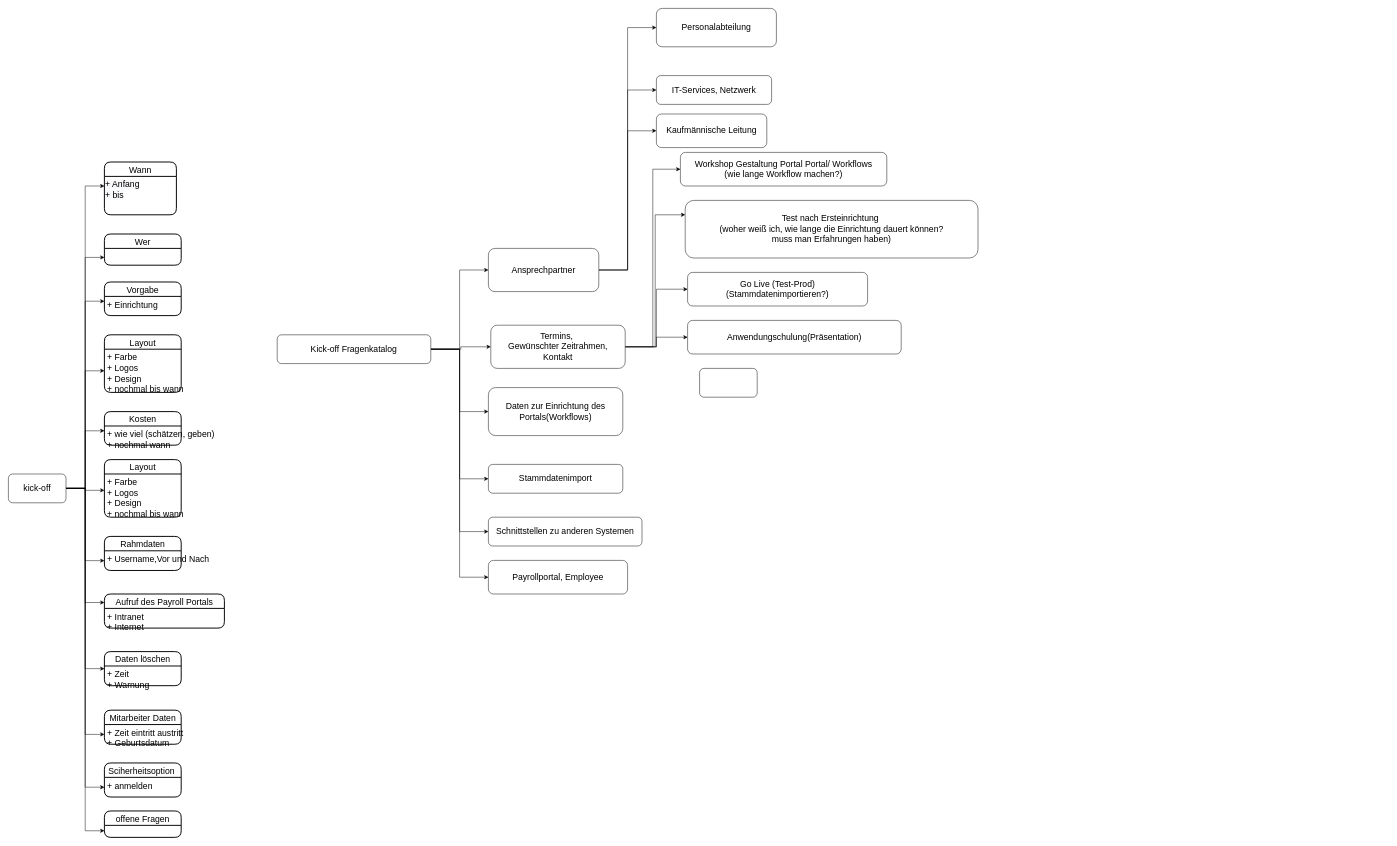
The draw.io diagram kick-off Diagram.drawio in masteryijian/Hallo-World-, before the edit. Source tidied: cells renumbered, new cells numbered last; positions are measured from the earlier drawing's top-left corner, leaving out a move shared by most shapes. Both pictures are drawn from the tidied source at 48%, with x=0, y=0 at pixel (8, 8).
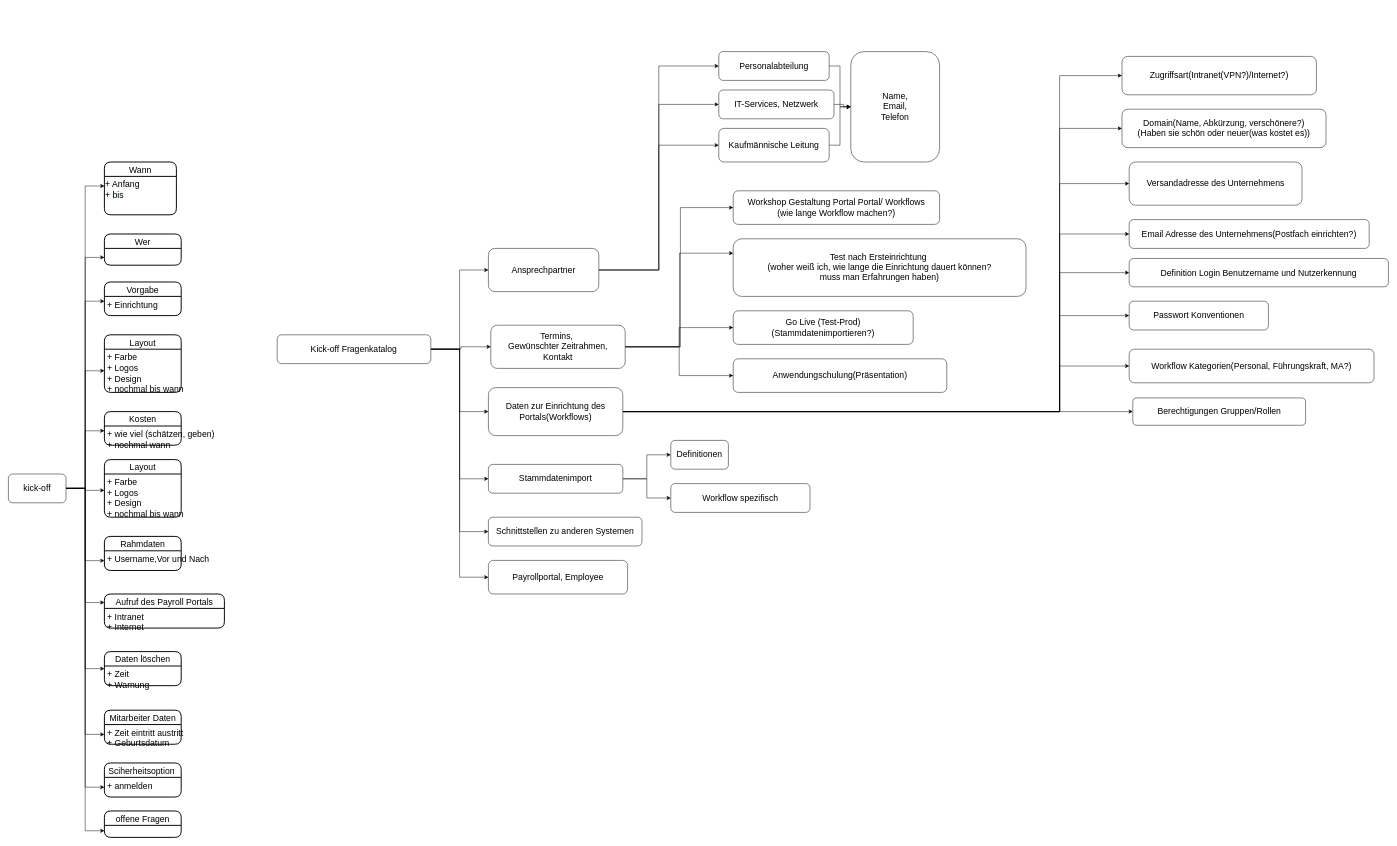
The same page after the edit.

The change refers to these unchanged cells:
```xml
<mxCell id="48" value="Termins,&amp;nbsp;&lt;br style=&quot;font-size: 18px;&quot;&gt;Gewünschter Zeitrahmen,&lt;br style=&quot;font-size: 18px;&quot;&gt;Kontakt" style="rounded=1;whiteSpace=wrap;html=1;fontSize=18;" parent="1" vertex="1">
  <mxGeometry x="1005" y="660" width="280" height="90" as="geometry" />
</mxCell>
<mxCell id="49" value="Daten zur Einrichtung des Portals(Workflows)" style="rounded=1;whiteSpace=wrap;html=1;fontSize=18;" parent="1" vertex="1">
  <mxGeometry x="1000" y="790" width="280" height="100" as="geometry" />
</mxCell>
<mxCell id="50" value="Stammdatenimport" style="rounded=1;whiteSpace=wrap;html=1;fontSize=18;" parent="1" vertex="1">
  <mxGeometry x="1000" y="950" width="280" height="60" as="geometry" />
</mxCell>
```

What changed in the source:
```diff
@@
     <mxCell id="44" style="edgeStyle=orthogonalEdgeStyle;rounded=0;jettySize=auto;html=1;entryX=0;entryY=0.5;entryDx=0;entryDy=0;fontSize=18;" parent="1" edge="1" source="48" target="60">
-      <mxGeometry relative="1" as="geometry" />
+      <mxGeometry relative="1" as="geometry">
+        <Array as="points">
+          <mxPoint x="1400" y="705" />
+          <mxPoint x="1400" y="415" />
+        </Array>
+      </mxGeometry>
     </mxCell>
     <mxCell id="45" style="edgeStyle=orthogonalEdgeStyle;rounded=0;jettySize=auto;html=1;fontSize=18;entryX=0;entryY=0.25;entryDx=0;entryDy=0;" parent="1" edge="1" source="48" target="61">
-      <mxGeometry relative="1" as="geometry" />
+      <mxGeometry relative="1" as="geometry">
+        <Array as="points">
+          <mxPoint x="1398" y="705" />
+          <mxPoint x="1398" y="510" />
+        </Array>
+      </mxGeometry>
     </mxCell>
@@
+    <mxCell id="65" style="edgeStyle=orthogonalEdgeStyle;rounded=0;jettySize=auto;html=1;entryX=0;entryY=0.5;entryDx=0;entryDy=0;fontSize=18;" parent="1" edge="1" source="49" target="64">
+      <mxGeometry relative="1" as="geometry">
+        <Array as="points">
+          <mxPoint x="2190" y="840" />
+          <mxPoint x="2190" y="140" />
+        </Array>
+      </mxGeometry>
+    </mxCell>
+    <mxCell id="66" style="edgeStyle=orthogonalEdgeStyle;rounded=0;jettySize=auto;html=1;entryX=0;entryY=0.5;entryDx=0;entryDy=0;fontSize=18;" parent="1" edge="1" source="49" target="78">
+      <mxGeometry relative="1" as="geometry">
+        <Array as="points">
+          <mxPoint x="2190" y="840" />
+          <mxPoint x="2190" y="250" />
+        </Array>
+      </mxGeometry>
+    </mxCell>
+    <mxCell id="67" style="edgeStyle=orthogonalEdgeStyle;rounded=0;jettySize=auto;html=1;entryX=0;entryY=0.5;entryDx=0;entryDy=0;fontSize=18;" parent="1" edge="1" source="49" target="79">
+      <mxGeometry relative="1" as="geometry">
+        <Array as="points">
+          <mxPoint x="2190" y="840" />
+          <mxPoint x="2190" y="365" />
+        </Array>
+      </mxGeometry>
+    </mxCell>
+    <mxCell id="68" style="edgeStyle=orthogonalEdgeStyle;rounded=0;jettySize=auto;html=1;entryX=0;entryY=0.5;entryDx=0;entryDy=0;fontSize=18;" parent="1" edge="1" source="49" target="80">
+      <mxGeometry relative="1" as="geometry">
+        <Array as="points">
+          <mxPoint x="2190" y="840" />
+          <mxPoint x="2190" y="470" />
+        </Array>
+      </mxGeometry>
+    </mxCell>
+    <mxCell id="69" style="edgeStyle=orthogonalEdgeStyle;rounded=0;jettySize=auto;html=1;entryX=0;entryY=0.5;entryDx=0;entryDy=0;fontSize=18;" parent="1" edge="1" source="49" target="81">
+      <mxGeometry relative="1" as="geometry">
+        <Array as="points">
+          <mxPoint x="2190" y="840" />
+          <mxPoint x="2190" y="551" />
+        </Array>
+      </mxGeometry>
+    </mxCell>
+    <mxCell id="70" style="edgeStyle=orthogonalEdgeStyle;rounded=0;jettySize=auto;html=1;entryX=0;entryY=0.5;entryDx=0;entryDy=0;fontSize=18;" parent="1" edge="1" source="49" target="82">
+      <mxGeometry relative="1" as="geometry">
+        <Array as="points">
+          <mxPoint x="2190" y="840" />
+          <mxPoint x="2190" y="640" />
+        </Array>
+      </mxGeometry>
+    </mxCell>
+    <mxCell id="71" style="edgeStyle=orthogonalEdgeStyle;rounded=0;jettySize=auto;html=1;entryX=0;entryY=0.5;entryDx=0;entryDy=0;fontSize=18;" parent="1" edge="1" source="49" target="83">
+      <mxGeometry relative="1" as="geometry">
+        <Array as="points">
+          <mxPoint x="2190" y="840" />
+          <mxPoint x="2190" y="745" />
+        </Array>
+      </mxGeometry>
+    </mxCell>
+    <mxCell id="72" style="edgeStyle=orthogonalEdgeStyle;rounded=0;jettySize=auto;html=1;entryX=0;entryY=0.5;entryDx=0;entryDy=0;fontSize=18;" parent="1" edge="1" source="49" target="84">
+      <mxGeometry relative="1" as="geometry" />
+    </mxCell>
@@
+    <mxCell id="73" style="edgeStyle=orthogonalEdgeStyle;rounded=0;jettySize=auto;html=1;entryX=0;entryY=0.5;entryDx=0;entryDy=0;fontSize=18;" parent="1" edge="1" source="50" target="85">
+      <mxGeometry relative="1" as="geometry" />
+    </mxCell>
+    <mxCell id="74" style="edgeStyle=orthogonalEdgeStyle;rounded=0;jettySize=auto;html=1;entryX=0;entryY=0.5;entryDx=0;entryDy=0;fontSize=18;" parent="1" edge="1" source="50" target="86">
+      <mxGeometry relative="1" as="geometry" />
+    </mxCell>
@@
+    <mxCell id="75" style="edgeStyle=orthogonalEdgeStyle;rounded=0;jettySize=auto;html=1;fontSize=18;" parent="1" edge="1" source="57" target="87">
+      <mxGeometry relative="1" as="geometry" />
+    </mxCell>
     <mxCell id="57" value="Personalabteilung" style="rounded=1;whiteSpace=wrap;html=1;fontSize=18;" parent="1" vertex="1">
-      <mxGeometry x="1350" width="250" height="80" as="geometry" />
+      <mxGeometry x="1480" y="90" width="230" height="60" as="geometry" />
     </mxCell>
+    <mxCell id="76" style="edgeStyle=orthogonalEdgeStyle;rounded=0;jettySize=auto;html=1;exitX=1;exitY=0.5;exitDx=0;exitDy=0;fontSize=18;" parent="1" edge="1" source="58" target="87">
+      <mxGeometry relative="1" as="geometry" />
+    </mxCell>
     <mxCell id="58" value="IT-Services, Netzwerk" style="rounded=1;whiteSpace=wrap;html=1;fontSize=18;" parent="1" vertex="1">
-      <mxGeometry x="1350" y="140" width="240" height="60" as="geometry" />
+      <mxGeometry x="1480" y="170" width="240" height="60" as="geometry" />
     </mxCell>
+    <mxCell id="77" style="edgeStyle=orthogonalEdgeStyle;rounded=0;jettySize=auto;html=1;entryX=0;entryY=0.5;entryDx=0;entryDy=0;fontSize=18;" parent="1" edge="1" source="59" target="87">
+      <mxGeometry relative="1" as="geometry" />
+    </mxCell>
     <mxCell id="59" value="Kaufmännische Leitung" style="rounded=1;whiteSpace=wrap;html=1;fontSize=18;" parent="1" vertex="1">
-      <mxGeometry x="1350" y="220" width="230" height="70" as="geometry" />
+      <mxGeometry x="1480" y="250" width="230" height="70" as="geometry" />
     </mxCell>
     <mxCell id="60" value="Workshop Gestaltung Portal Portal/ Workflows&lt;br&gt;(wie lange Workflow machen?)" style="rounded=1;whiteSpace=wrap;html=1;fontSize=18;" parent="1" vertex="1">
-      <mxGeometry x="1400" y="300" width="430" height="70" as="geometry" />
+      <mxGeometry x="1510" y="380" width="430" height="70" as="geometry" />
     </mxCell>
     <mxCell id="61" value="Test nach Ersteinrichtung&amp;nbsp;&lt;br&gt;(woher weiß ich, wie lange die Einrichtung dauert können?&lt;br&gt;muss man Erfahrungen haben)" style="rounded=1;whiteSpace=wrap;html=1;fontSize=18;" parent="1" vertex="1">
-      <mxGeometry x="1410" y="400" width="610" height="120" as="geometry" />
+      <mxGeometry x="1510" y="480" width="610" height="120" as="geometry" />
     </mxCell>
     <mxCell id="62" value="Go Live (Test-Prod)&lt;br&gt;(Stammdatenimportieren?)" style="rounded=1;whiteSpace=wrap;html=1;fontSize=18;" parent="1" vertex="1">
-      <mxGeometry x="1415" y="550" width="375" height="70" as="geometry" />
+      <mxGeometry x="1510" y="630" width="375" height="70" as="geometry" />
     </mxCell>
     <mxCell id="63" value="Anwendungschulung(Präsentation)" style="rounded=1;whiteSpace=wrap;html=1;fontSize=18;" parent="1" vertex="1">
-      <mxGeometry x="1415" y="650" width="445" height="70" as="geometry" />
+      <mxGeometry x="1510" y="730" width="445" height="70" as="geometry" />
     </mxCell>
-    <mxCell id="64" style="rounded=1;whiteSpace=wrap;html=1;fontSize=18;" parent="1" vertex="1">
-      <mxGeometry x="1440" y="750" width="120" height="60" as="geometry" />
+    <mxCell id="64" value="Zugriffsart(Intranet(VPN?)/Internet?)" style="rounded=1;whiteSpace=wrap;html=1;fontSize=18;" parent="1" vertex="1">
+      <mxGeometry x="2320" y="100" width="405" height="80" as="geometry" />
     </mxCell>
+    <mxCell id="78" value="Domain(Name, Abkürzung, verschönere?)&lt;br&gt;(Haben sie schön oder neuer(was kostet es))" style="rounded=1;whiteSpace=wrap;html=1;fontSize=18;" parent="1" vertex="1">
+      <mxGeometry x="2320" y="210" width="425" height="80" as="geometry" />
+    </mxCell>
+    <mxCell id="79" value="Versandadresse des Unternehmens" style="rounded=1;whiteSpace=wrap;html=1;fontSize=18;" parent="1" vertex="1">
+      <mxGeometry x="2335" y="320" width="360" height="90" as="geometry" />
+    </mxCell>
+    <mxCell id="80" value="Email Adresse des Unternehmens(Postfach einrichten?)" style="rounded=1;whiteSpace=wrap;html=1;fontSize=18;" parent="1" vertex="1">
+      <mxGeometry x="2335" y="440" width="500" height="60" as="geometry" />
+    </mxCell>
+    <mxCell id="81" value="Definition Login Benutzername und Nutzerkennung" style="rounded=1;whiteSpace=wrap;html=1;fontSize=18;" parent="1" vertex="1">
+      <mxGeometry x="2335" y="521" width="540" height="59" as="geometry" />
+    </mxCell>
+    <mxCell id="82" value="Passwort Konventionen" style="rounded=1;whiteSpace=wrap;html=1;fontSize=18;" parent="1" vertex="1">
+      <mxGeometry x="2335" y="610" width="290" height="60" as="geometry" />
+    </mxCell>
+    <mxCell id="83" value="Workflow Kategorien(Personal, Führungskraft, MA?)" style="rounded=1;whiteSpace=wrap;html=1;fontSize=18;" parent="1" vertex="1">
+      <mxGeometry x="2335" y="710" width="510" height="70" as="geometry" />
+    </mxCell>
+    <mxCell id="84" value="Berechtigungen Gruppen/Rollen" style="rounded=1;whiteSpace=wrap;html=1;fontSize=18;" parent="1" vertex="1">
+      <mxGeometry x="2342.5" y="811.5" width="360" height="57" as="geometry" />
+    </mxCell>
+    <mxCell id="85" value="Definitionen" style="rounded=1;whiteSpace=wrap;html=1;fontSize=18;" parent="1" vertex="1">
+      <mxGeometry x="1380" y="900" width="120" height="60" as="geometry" />
+    </mxCell>
+    <mxCell id="86" value="Workflow spezifisch" style="rounded=1;whiteSpace=wrap;html=1;fontSize=18;" parent="1" vertex="1">
+      <mxGeometry x="1380" y="990" width="290" height="60" as="geometry" />
+    </mxCell>
+    <mxCell id="87" value="Name,&lt;br&gt;Email,&lt;br&gt;Telefon" style="rounded=1;whiteSpace=wrap;html=1;fontSize=18;" parent="1" vertex="1">
+      <mxGeometry x="1755" y="90" width="185" height="230" as="geometry" />
+    </mxCell>
```
